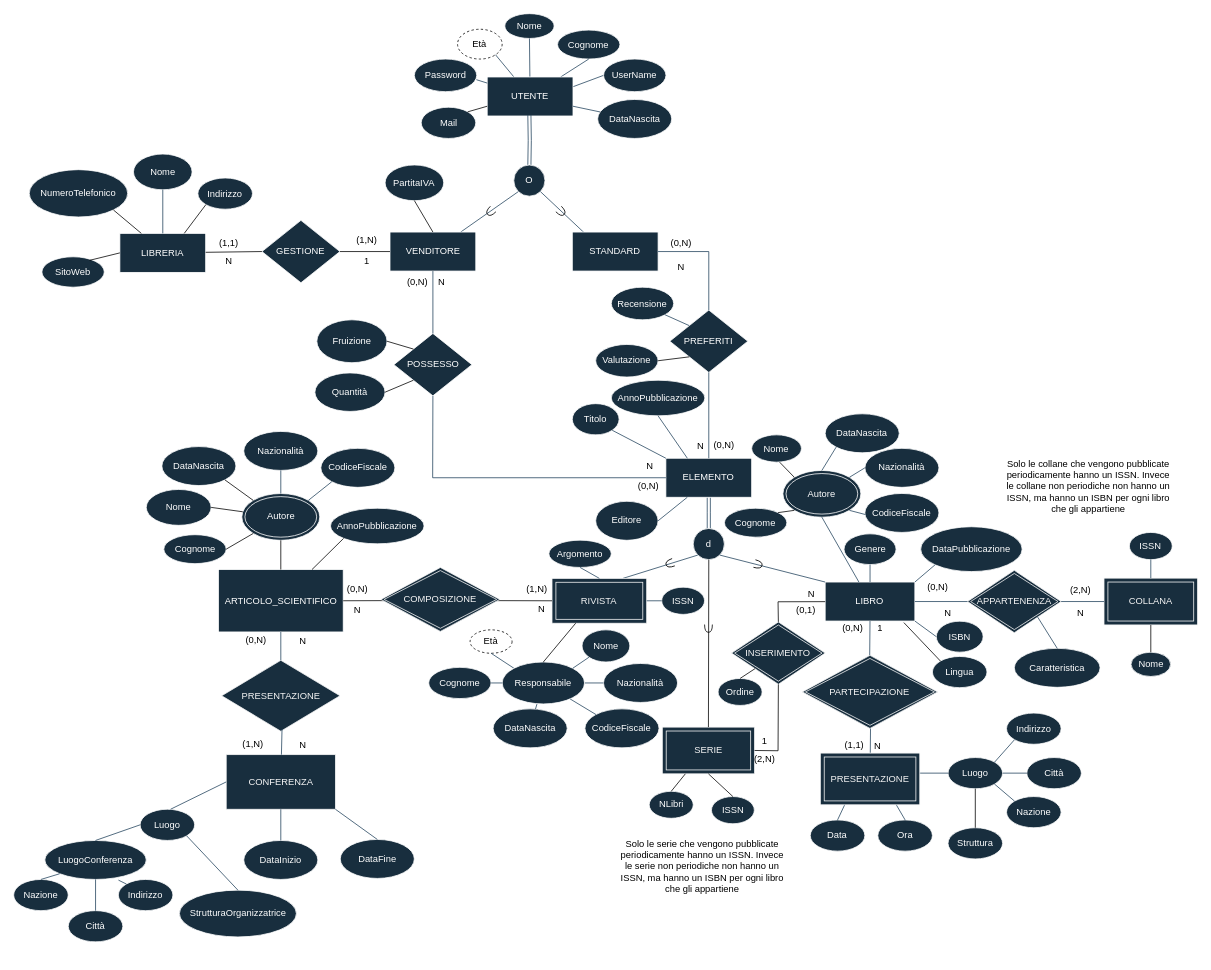
Earlier version of the draw.io diagram DiagrammaER v1.3.1.drawio (Giovk/Sistema-di-una-Bibleoteca-Digitale). Source tidied: cells renumbered, new cells numbered last; positions are measured from the earlier drawing's top-left corner, leaving out a move shared by most shapes. Both pictures are drawn from the tidied source at 78%, with x=0, y=0 at pixel (13, 13).
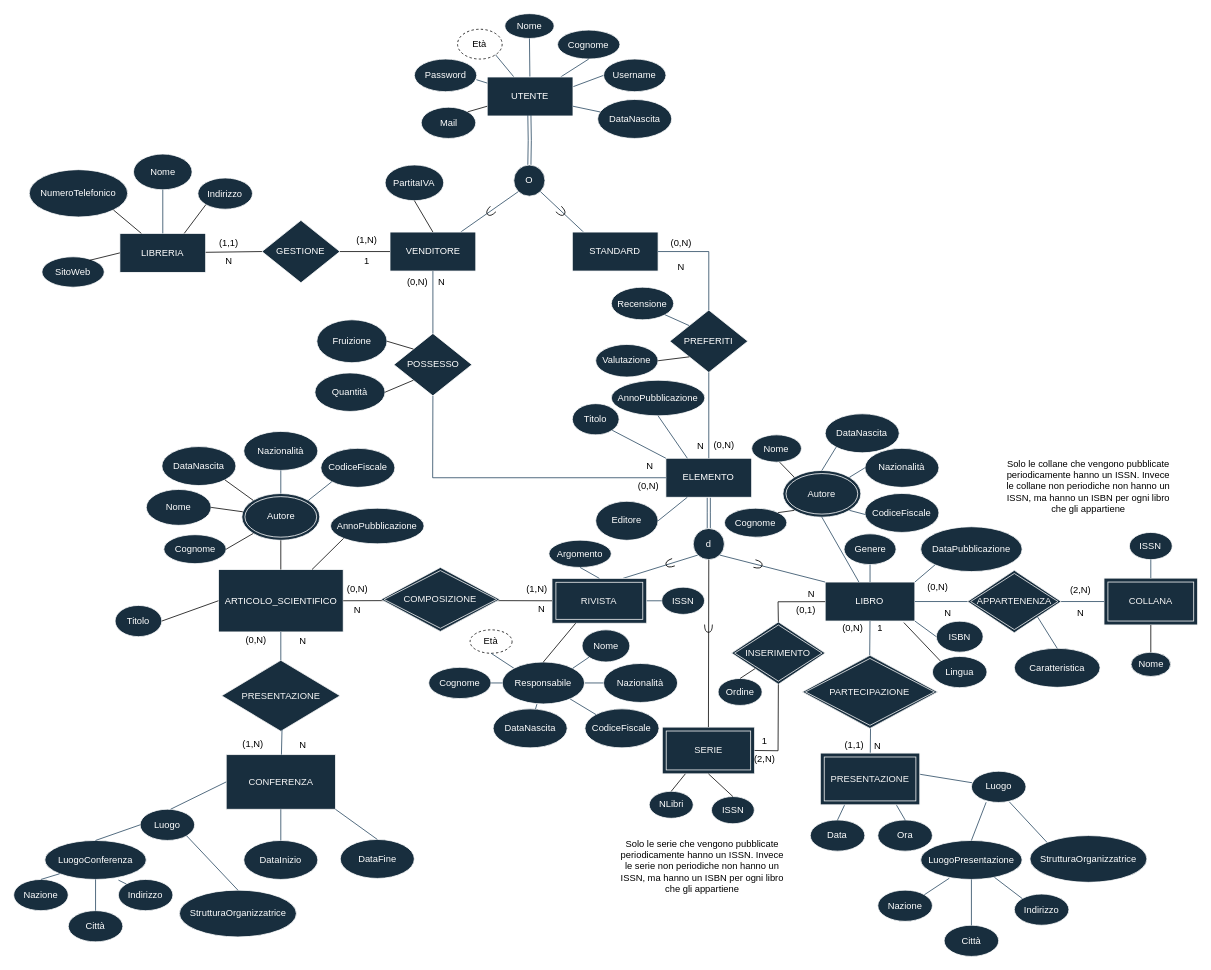
The same page after the edit.

The change refers to these unchanged cells:
```xml
<mxCell id="4" value="ARTICOLO_SCIENTIFICO" style="rounded=0;whiteSpace=wrap;html=1;fillColor=#182E3E;strokeColor=#FFFFFF;fontColor=#FFFFFF;" parent="1" vertex="1">
  <mxGeometry x="262.5" y="712.7" width="160" height="80" as="geometry" />
</mxCell>
```

The edit, as a diff of the source:
```diff
@@
-    <mxCell id="20" value="Luogo" style="ellipse;whiteSpace=wrap;html=1;fillColor=#182E3E;strokeColor=#FFFFFF;fontColor=#FFFFFF;" parent="1" vertex="1">
-      <mxGeometry x="1197.9" y="953.7" width="70" height="40" as="geometry" />
-    </mxCell>
@@
-    <mxCell id="29" style="endArrow=none;html=1;rounded=0;entryX=0;entryY=0.5;entryDx=0;entryDy=0;exitX=1;exitY=0.5;exitDx=0;exitDy=0;labelBackgroundColor=#FCE7CD;strokeColor=#23445D;fontColor=#000000;" parent="1" edge="1" target="20">
+    <mxCell id="29" style="endArrow=none;html=1;rounded=0;exitX=1;exitY=0.5;exitDx=0;exitDy=0;labelBackgroundColor=#FCE7CD;strokeColor=#23445D;fontColor=#000000;" parent="1" edge="1" target="20">
       <mxGeometry relative="1" as="geometry">
         <mxPoint x="1152.9" y="973.7" as="sourcePoint" />
       </mxGeometry>
     </mxCell>
@@
-    <mxCell id="95" value="UserName" style="ellipse;whiteSpace=wrap;html=1;fillColor=#182E3E;strokeColor=#FFFFFF;fontColor=#FFFFFF;" parent="1" vertex="1">
+    <mxCell id="95" value="Username" style="ellipse;whiteSpace=wrap;html=1;fillColor=#182E3E;strokeColor=#FFFFFF;fontColor=#FFFFFF;" parent="1" vertex="1">
       <mxGeometry x="756.3" y="58.2" width="80" height="41.8" as="geometry" />
     </mxCell>
@@
-    <mxCell id="148" value="Nazione" style="ellipse;whiteSpace=wrap;html=1;fillColor=#182E3E;strokeColor=#FFFFFF;fontColor=#FFFFFF;" parent="1" vertex="1">
-      <mxGeometry x="1272.9" y="1003.7" width="70" height="40" as="geometry" />
-    </mxCell>
-    <mxCell id="149" style="endArrow=none;html=1;rounded=0;strokeColor=#23445D;fontColor=#000000;entryX=1;entryY=1;entryDx=0;entryDy=0;exitX=0;exitY=0;exitDx=0;exitDy=0;" parent="1" edge="1" source="148" target="20">
-      <mxGeometry relative="1" as="geometry" />
-    </mxCell>
-    <mxCell id="150" value="Città" style="ellipse;whiteSpace=wrap;html=1;fillColor=#182E3E;strokeColor=#FFFFFF;fontColor=#FFFFFF;" parent="1" vertex="1">
-      <mxGeometry x="1298.9" y="953.7" width="70" height="40" as="geometry" />
-    </mxCell>
-    <mxCell id="151" style="endArrow=none;html=1;rounded=0;strokeColor=#23445D;fontColor=#000000;exitX=0;exitY=0.5;exitDx=0;exitDy=0;entryX=1;entryY=0.5;entryDx=0;entryDy=0;" parent="1" edge="1" source="150" target="20">
-      <mxGeometry relative="1" as="geometry" />
-    </mxCell>
-    <mxCell id="152" value="Indirizzo" style="ellipse;whiteSpace=wrap;html=1;fillColor=#182E3E;strokeColor=#FFFFFF;fontColor=#FFFFFF;" parent="1" vertex="1">
-      <mxGeometry x="1272.9" y="896.7" width="70" height="40" as="geometry" />
-    </mxCell>
-    <mxCell id="153" style="endArrow=none;html=1;rounded=0;strokeColor=#23445D;fontColor=#000000;exitX=0;exitY=1;exitDx=0;exitDy=0;entryX=1;entryY=0;entryDx=0;entryDy=0;" parent="1" edge="1" source="152" target="20">
-      <mxGeometry relative="1" as="geometry" />
-    </mxCell>
@@
-    <mxCell id="195" value="Struttura" style="ellipse;whiteSpace=wrap;html=1;fillColor=#182E3E;strokeColor=#FFFFFF;fontColor=#FFFFFF;" parent="1" vertex="1">
-      <mxGeometry x="1197.9" y="1043.7" width="70" height="40" as="geometry" />
-    </mxCell>
-    <mxCell id="196" style="endArrow=none;html=1;rounded=0;entryX=0.5;entryY=1;entryDx=0;entryDy=0;" parent="1" edge="1" source="195" target="20">
-      <mxGeometry relative="1" as="geometry" />
-    </mxCell>
@@
+    <mxCell id="20" value="Luogo" style="ellipse;whiteSpace=wrap;html=1;fillColor=#182E3E;strokeColor=#FFFFFF;fontColor=#FFFFFF;" parent="1" vertex="1">
+      <mxGeometry x="1227.9" y="971.3" width="70" height="40" as="geometry" />
+    </mxCell>
+    <mxCell id="218" value="LuogoPresentazione" style="ellipse;whiteSpace=wrap;html=1;fillColor=#182E3E;strokeColor=#FFFFFF;fontColor=#FFFFFF;" parent="1" vertex="1">
+      <mxGeometry x="1162.9" y="1060" width="130" height="50" as="geometry" />
+    </mxCell>
+    <mxCell id="219" style="endArrow=none;html=1;rounded=0;strokeColor=#23445D;fontColor=#000000;exitX=0.5;exitY=0;exitDx=0;exitDy=0;entryX=0.27;entryY=0.994;entryDx=0;entryDy=0;entryPerimeter=0;" parent="1" edge="1" source="218" target="20">
+      <mxGeometry relative="1" as="geometry" />
+    </mxCell>
+    <mxCell id="220" value="StrutturaOrganizzatrice" style="ellipse;whiteSpace=wrap;html=1;fillColor=#182E3E;strokeColor=#FFFFFF;fontColor=#FFFFFF;" parent="1" vertex="1">
+      <mxGeometry x="1302.9" y="1053.7" width="150" height="60" as="geometry" />
+    </mxCell>
+    <mxCell id="221" style="endArrow=none;html=1;rounded=0;strokeColor=#23445D;fontColor=#000000;exitX=0.696;exitY=0.983;exitDx=0;exitDy=0;entryX=0;entryY=0;entryDx=0;entryDy=0;exitPerimeter=0;" parent="1" edge="1" source="20" target="220">
+      <mxGeometry relative="1" as="geometry" />
+    </mxCell>
+    <mxCell id="148" value="Nazione" style="ellipse;whiteSpace=wrap;html=1;fillColor=#182E3E;strokeColor=#FFFFFF;fontColor=#FFFFFF;" parent="1" vertex="1">
+      <mxGeometry x="1107.9" y="1123.7" width="70" height="40" as="geometry" />
+    </mxCell>
+    <mxCell id="222" style="endArrow=none;html=1;rounded=0;strokeColor=#23445D;fontColor=#000000;entryX=0.282;entryY=0.969;entryDx=0;entryDy=0;exitX=1;exitY=0;exitDx=0;exitDy=0;entryPerimeter=0;" parent="1" edge="1" source="148" target="218">
+      <mxGeometry relative="1" as="geometry" />
+    </mxCell>
+    <mxCell id="150" value="Città" style="ellipse;whiteSpace=wrap;html=1;fillColor=#182E3E;strokeColor=#FFFFFF;fontColor=#FFFFFF;" parent="1" vertex="1">
+      <mxGeometry x="1192.9" y="1168.7" width="70" height="40" as="geometry" />
+    </mxCell>
+    <mxCell id="223" style="endArrow=none;html=1;rounded=0;strokeColor=#23445D;fontColor=#000000;exitX=0.5;exitY=0;exitDx=0;exitDy=0;entryX=0.5;entryY=1;entryDx=0;entryDy=0;" parent="1" edge="1" source="150" target="218">
+      <mxGeometry relative="1" as="geometry" />
+    </mxCell>
+    <mxCell id="152" value="Indirizzo" style="ellipse;whiteSpace=wrap;html=1;fillColor=#182E3E;strokeColor=#FFFFFF;fontColor=#FFFFFF;" parent="1" vertex="1">
+      <mxGeometry x="1282.9" y="1128.7" width="70" height="40" as="geometry" />
+    </mxCell>
+    <mxCell id="224" style="endArrow=none;html=1;rounded=0;strokeColor=#23445D;fontColor=#000000;exitX=0;exitY=0;exitDx=0;exitDy=0;" parent="1" edge="1" source="152" target="218">
+      <mxGeometry relative="1" as="geometry" />
+    </mxCell>
+    <mxCell id="225" value="Titolo" style="ellipse;whiteSpace=wrap;html=1;fillColor=#182E3E;strokeColor=#FFFFFF;fontColor=#FFFFFF;" parent="1" vertex="1">
+      <mxGeometry x="130" y="758.7" width="60" height="40" as="geometry" />
+    </mxCell>
+    <mxCell id="226" style="endArrow=none;html=1;rounded=0;exitX=1;exitY=0.5;exitDx=0;exitDy=0;entryX=0;entryY=0.5;entryDx=0;entryDy=0;" parent="1" edge="1" source="225" target="4">
+      <mxGeometry relative="1" as="geometry" />
+    </mxCell>
```
